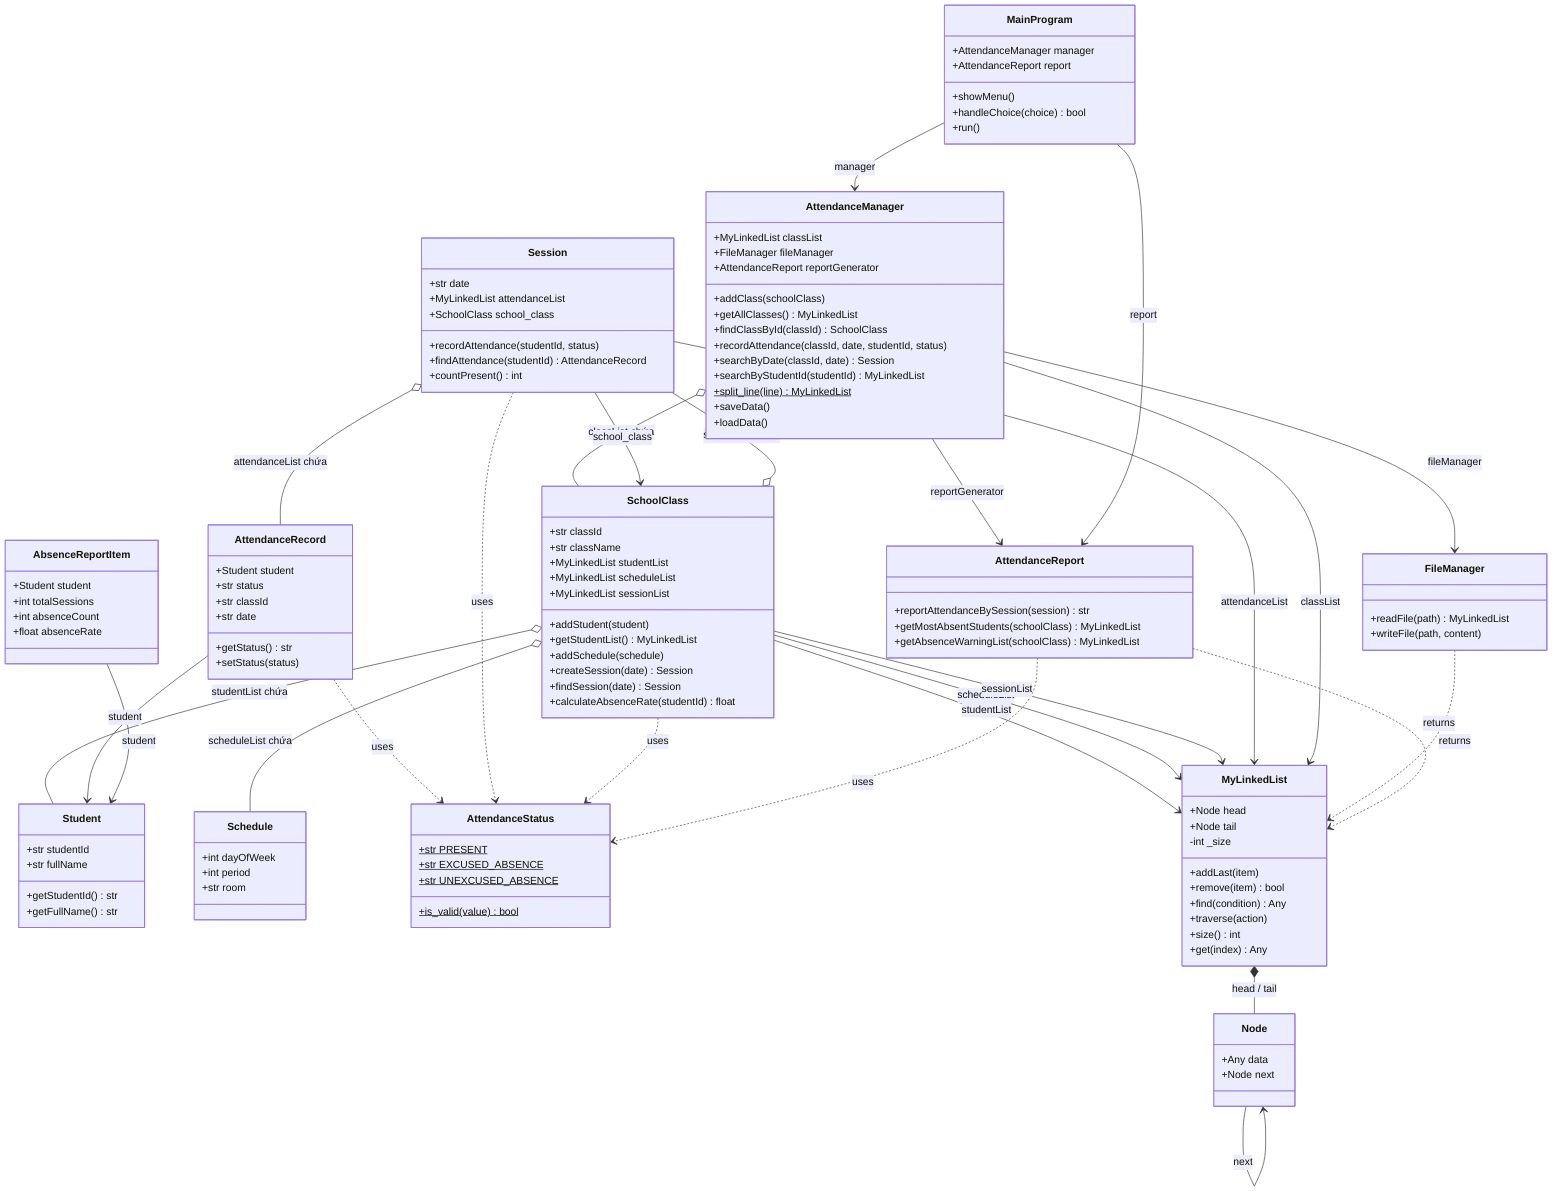
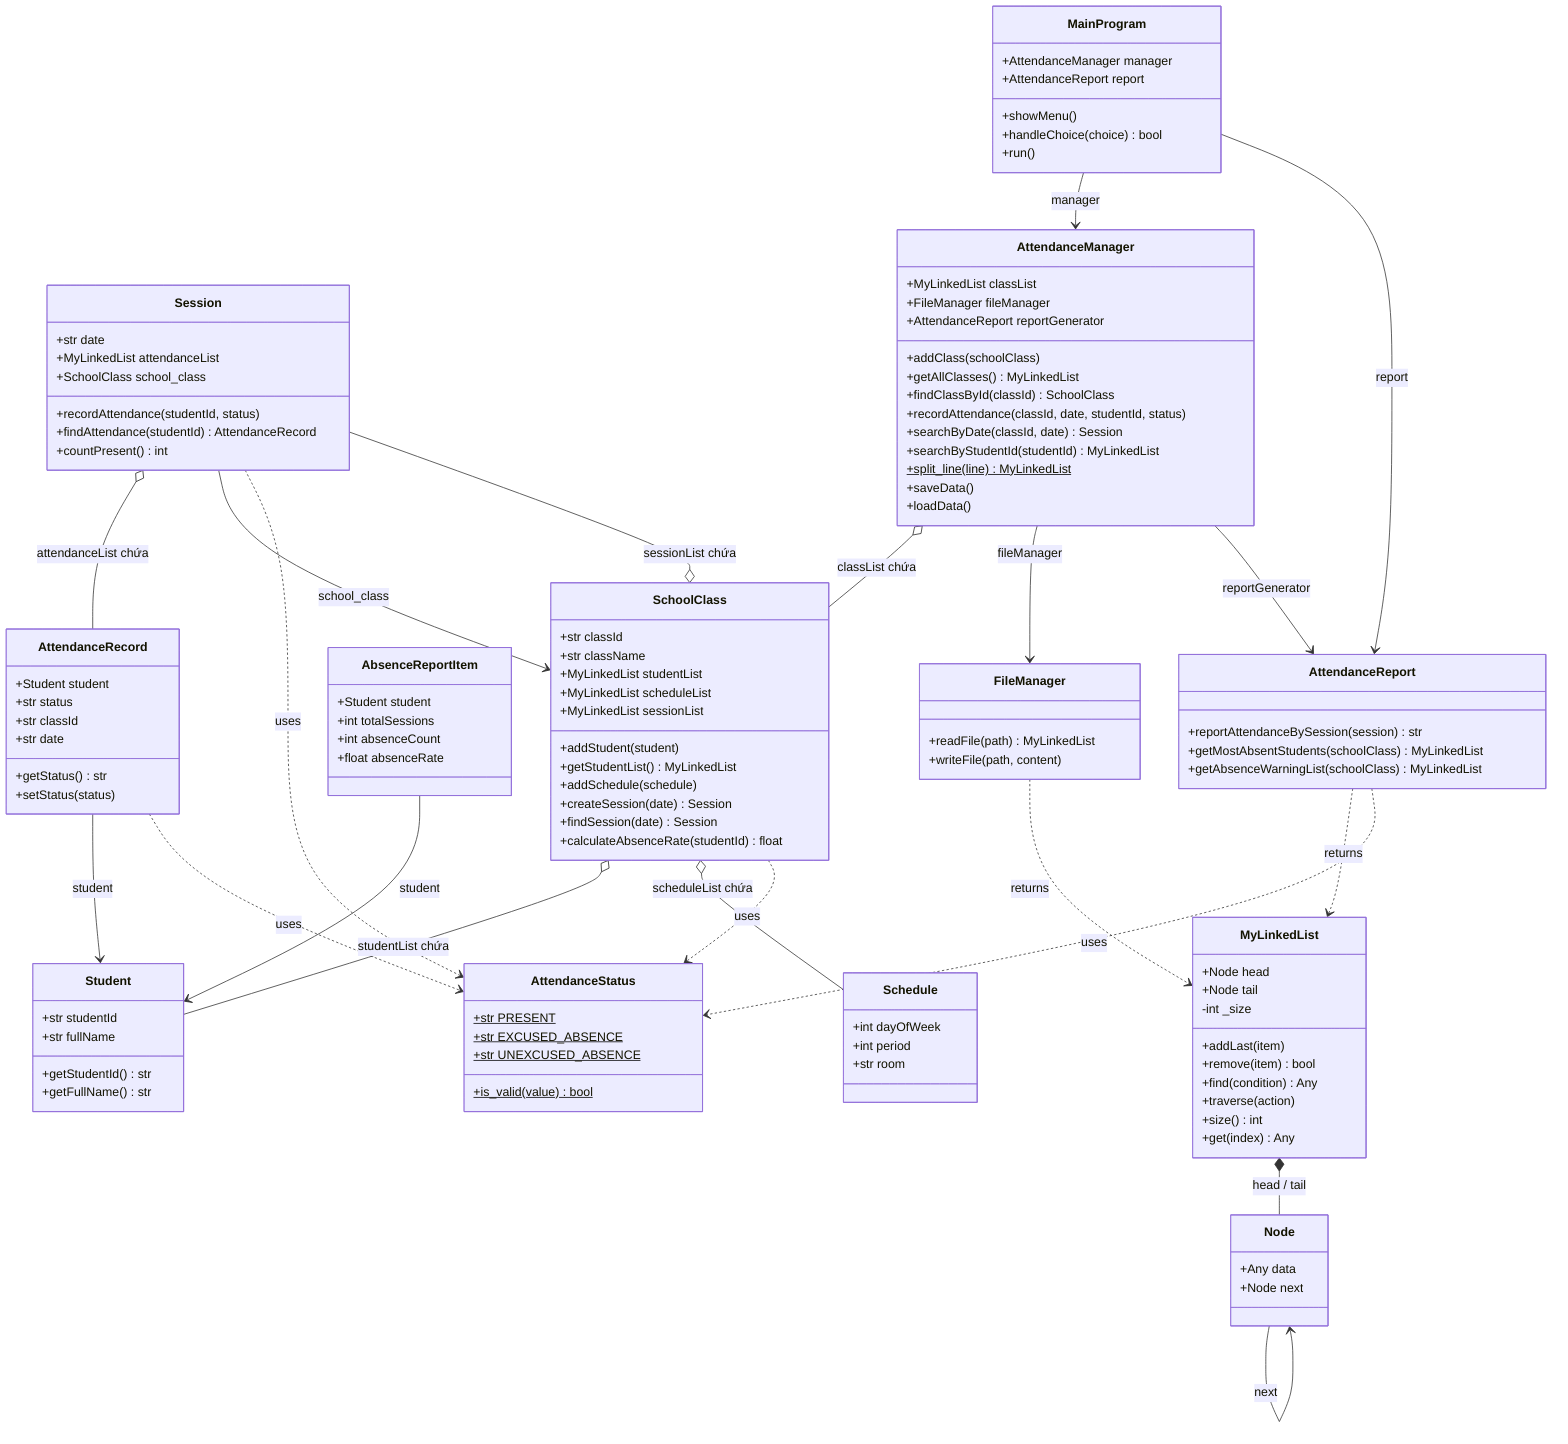
classDiagram
    class Student {
        +str studentId
        +str fullName
        +getStudentId() str
        +getFullName() str
    }

    class Schedule {
        +int dayOfWeek
        +int period
        +str room
    }

    class AttendanceStatus {
        +str PRESENT$
        +str EXCUSED_ABSENCE$
        +str UNEXCUSED_ABSENCE$
        +is_valid(value)$ bool
    }

    class Node {
        +Any data
        +Node next
    }

    class MyLinkedList {
        +Node head
        +Node tail
        -int _size
        +addLast(item)
        +remove(item) bool
        +find(condition) Any
        +traverse(action)
        +size() int
        +get(index) Any
    }

    class AttendanceRecord {
        +Student student
        +str status
        +str classId
        +str date
        +getStatus() str
        +setStatus(status)
    }

    class Session {
        +str date
        +MyLinkedList attendanceList
        +SchoolClass school_class
        +recordAttendance(studentId, status)
        +findAttendance(studentId) AttendanceRecord
        +countPresent() int
    }

    class SchoolClass {
        +str classId
        +str className
        +MyLinkedList studentList
        +MyLinkedList scheduleList
        +MyLinkedList sessionList
        +addStudent(student)
        +getStudentList() MyLinkedList
        +addSchedule(schedule)
        +createSession(date) Session
        +findSession(date) Session
        +calculateAbsenceRate(studentId) float
    }

    class AbsenceReportItem {
        +Student student
        +int totalSessions
        +int absenceCount
        +float absenceRate
    }

    class AttendanceReport {
        +reportAttendanceBySession(session) str
        +getMostAbsentStudents(schoolClass) MyLinkedList
        +getAbsenceWarningList(schoolClass) MyLinkedList
    }

    class FileManager {
        +readFile(path) MyLinkedList
        +writeFile(path, content)
    }

    class AttendanceManager {
        +MyLinkedList classList
        +FileManager fileManager
        +AttendanceReport reportGenerator
        +addClass(schoolClass)
        +getAllClasses() MyLinkedList
        +findClassById(classId) SchoolClass
        +recordAttendance(classId, date, studentId, status)
        +searchByDate(classId, date) Session
        +searchByStudentId(studentId) MyLinkedList
        +split_line(line)$ MyLinkedList
        +saveData()
        +loadData()
    }

    class MainProgram {
        +AttendanceManager manager
        +AttendanceReport report
        +showMenu()
        +handleChoice(choice) bool
        +run()
    }

    %% ─── MyLinkedList internal ───────────────────────────────────────────
    MyLinkedList *-- Node : head / tail
    Node --> Node : next

-     %% ─── Classes that hold a MyLinkedList as an attribute ───────────────
-     SchoolClass --> MyLinkedList : studentList
-     SchoolClass --> MyLinkedList : scheduleList
-     SchoolClass --> MyLinkedList : sessionList
-     Session --> MyLinkedList : attendanceList
-     AttendanceManager --> MyLinkedList : classList
+     %% ─── Classes that hold MyLinkedList as attributes (implied by o-- below) ─

    %% ─── Element types stored inside each MyLinkedList ─────────────────
    SchoolClass o-- Student : studentList chứa
    SchoolClass o-- Schedule : scheduleList chứa
    SchoolClass o-- Session : sessionList chứa
    Session o-- AttendanceRecord : attendanceList chứa
    AttendanceManager o-- SchoolClass : classList chứa

    %% ─── Classes that only return MyLinkedList (no stored attribute) ─────
    FileManager ..> MyLinkedList : returns
    AttendanceReport ..> MyLinkedList : returns

    %% ─── Object references stored as attributes ─────────────────────────
    Session --> SchoolClass : school_class
    AttendanceRecord --> Student : student
    AbsenceReportItem --> Student : student
    AttendanceManager --> FileManager : fileManager
    AttendanceManager --> AttendanceReport : reportGenerator
    MainProgram --> AttendanceManager : manager
    MainProgram --> AttendanceReport : report

    %% ─── AttendanceStatus usage (dùng trong method, không lưu attribute) ─
    AttendanceRecord ..> AttendanceStatus : uses
    Session ..> AttendanceStatus : uses
    SchoolClass ..> AttendanceStatus : uses
    AttendanceReport ..> AttendanceStatus : uses
